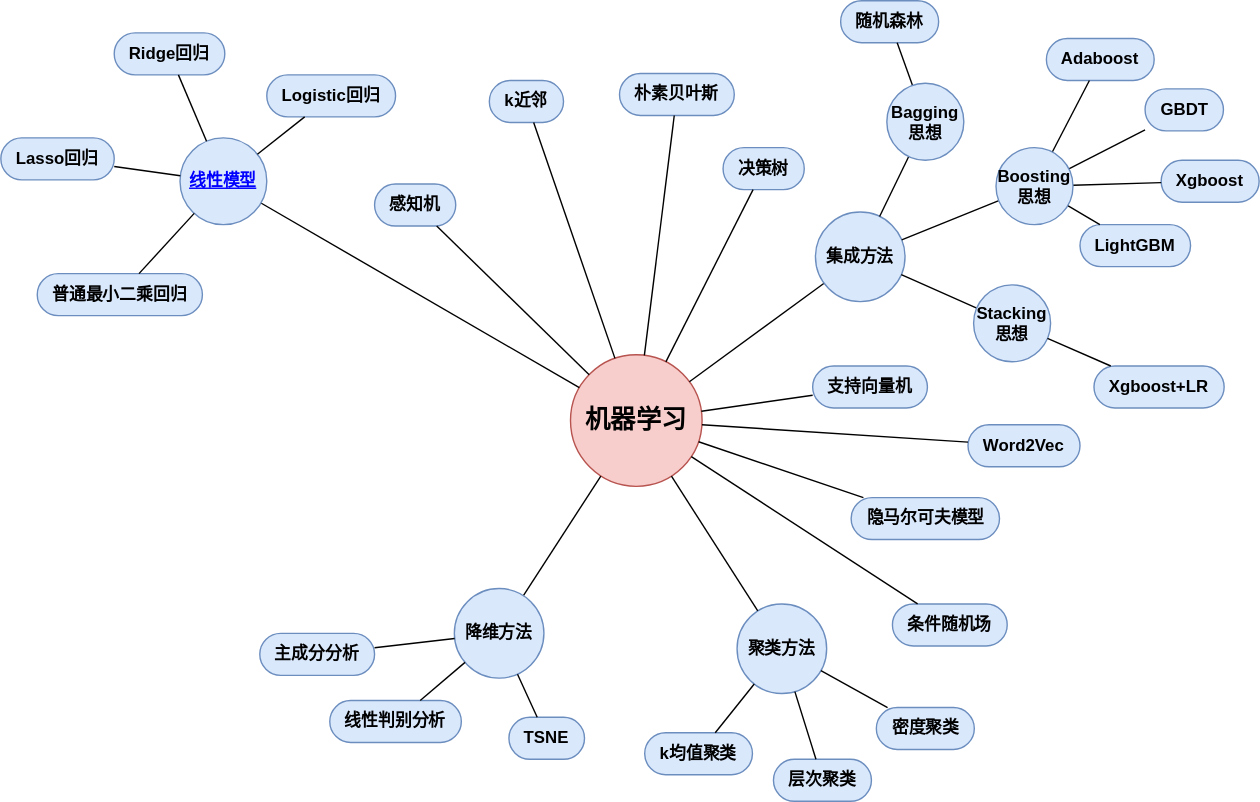
This is imgs/machine_learning.drawio.svg from itmorn/AI.handbook, a draw.io export, as it was before one commit. Source tidied: cells renumbered, new cells last; positions are measured from the earlier drawing's top-left corner, leaving out a move shared by most shapes.
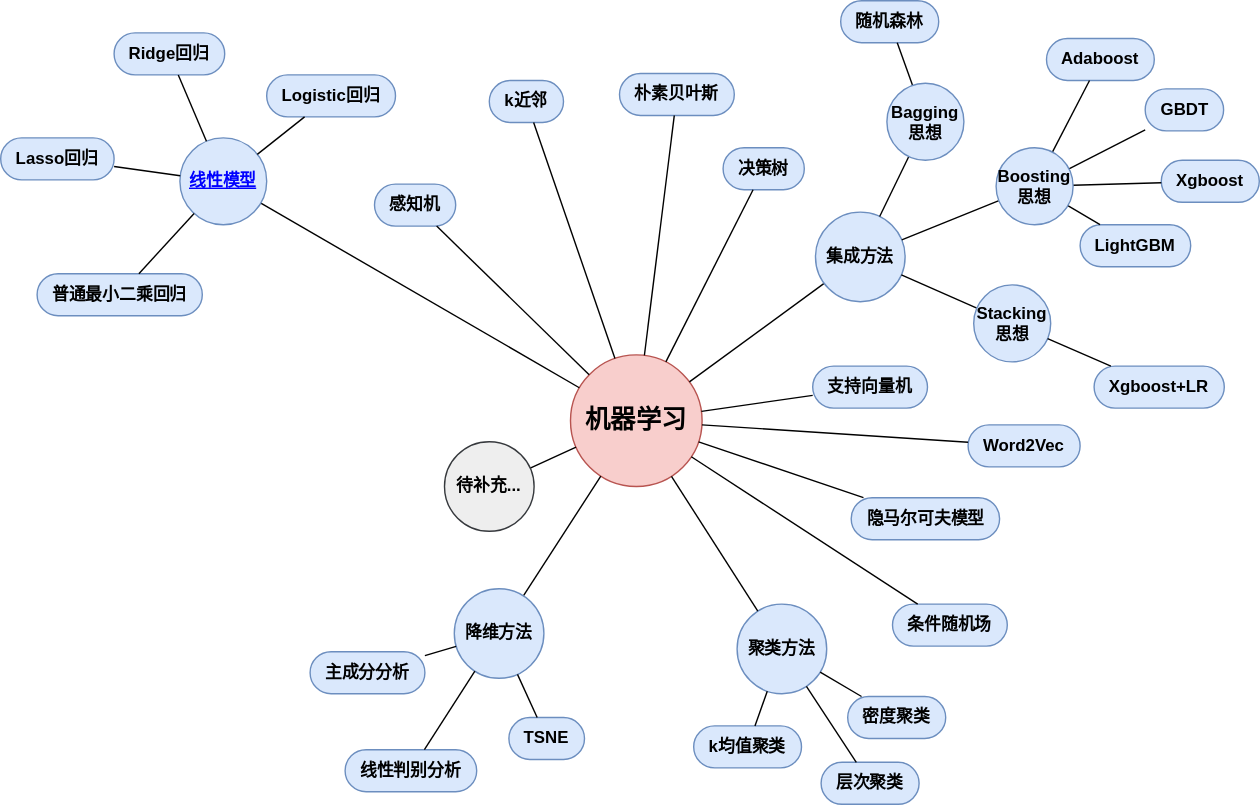
Later version of the same file.

Change to the diagram source:
```diff
@@ -57,19 +57,19 @@
       <mxGeometry x="781" y="261" width="93" height="30" as="geometry" />
     </mxCell>
     <mxCell id="20" value="k均值聚类" style="whiteSpace=wrap;html=1;rounded=1;arcSize=50;align=center;verticalAlign=middle;strokeWidth=1;spacing=4;newEdgeStyle={&quot;edgeStyle&quot;:&quot;entityRelationEdgeStyle&quot;,&quot;startArrow&quot;:&quot;none&quot;,&quot;endArrow&quot;:&quot;none&quot;,&quot;segment&quot;:10,&quot;curved&quot;:1,&quot;sourcePerimeterSpacing&quot;:0,&quot;targetPerimeterSpacing&quot;:0};fillColor=#dae8fc;strokeColor=#6c8ebf;fontStyle=1;" parent="1" vertex="1">
-      <mxGeometry x="460" y="523" width="77" height="30" as="geometry" />
+      <mxGeometry x="495" y="518" width="77" height="30" as="geometry" />
     </mxCell>
     <mxCell id="21" value="层次聚类" style="whiteSpace=wrap;html=1;rounded=1;arcSize=50;align=center;verticalAlign=middle;strokeWidth=1;spacing=4;newEdgeStyle={&quot;edgeStyle&quot;:&quot;entityRelationEdgeStyle&quot;,&quot;startArrow&quot;:&quot;none&quot;,&quot;endArrow&quot;:&quot;none&quot;,&quot;segment&quot;:10,&quot;curved&quot;:1,&quot;sourcePerimeterSpacing&quot;:0,&quot;targetPerimeterSpacing&quot;:0};fillColor=#dae8fc;strokeColor=#6c8ebf;fontStyle=1;" parent="1" vertex="1">
-      <mxGeometry x="552" y="542" width="70" height="30" as="geometry" />
+      <mxGeometry x="586" y="544" width="70" height="30" as="geometry" />
     </mxCell>
     <mxCell id="22" value="密度聚类" style="whiteSpace=wrap;html=1;rounded=1;arcSize=50;align=center;verticalAlign=middle;strokeWidth=1;spacing=4;newEdgeStyle={&quot;edgeStyle&quot;:&quot;entityRelationEdgeStyle&quot;,&quot;startArrow&quot;:&quot;none&quot;,&quot;endArrow&quot;:&quot;none&quot;,&quot;segment&quot;:10,&quot;curved&quot;:1,&quot;sourcePerimeterSpacing&quot;:0,&quot;targetPerimeterSpacing&quot;:0};fillColor=#dae8fc;strokeColor=#6c8ebf;fontStyle=1;" parent="1" vertex="1">
-      <mxGeometry x="625.5" y="505" width="70" height="30" as="geometry" />
+      <mxGeometry x="605" y="497" width="70" height="30" as="geometry" />
     </mxCell>
     <mxCell id="23" value="主成分分析" style="whiteSpace=wrap;html=1;rounded=1;arcSize=50;align=center;verticalAlign=middle;strokeWidth=1;spacing=4;newEdgeStyle={&quot;edgeStyle&quot;:&quot;entityRelationEdgeStyle&quot;,&quot;startArrow&quot;:&quot;none&quot;,&quot;endArrow&quot;:&quot;none&quot;,&quot;segment&quot;:10,&quot;curved&quot;:1,&quot;sourcePerimeterSpacing&quot;:0,&quot;targetPerimeterSpacing&quot;:0};fillColor=#dae8fc;strokeColor=#6c8ebf;fontStyle=1;" parent="1" vertex="1">
-      <mxGeometry x="185" y="452" width="82" height="30" as="geometry" />
+      <mxGeometry x="221" y="465" width="82" height="30" as="geometry" />
     </mxCell>
     <mxCell id="24" value="线性判别分析" style="whiteSpace=wrap;html=1;rounded=1;arcSize=50;align=center;verticalAlign=middle;strokeWidth=1;spacing=4;newEdgeStyle={&quot;edgeStyle&quot;:&quot;entityRelationEdgeStyle&quot;,&quot;startArrow&quot;:&quot;none&quot;,&quot;endArrow&quot;:&quot;none&quot;,&quot;segment&quot;:10,&quot;curved&quot;:1,&quot;sourcePerimeterSpacing&quot;:0,&quot;targetPerimeterSpacing&quot;:0};fillColor=#dae8fc;strokeColor=#6c8ebf;fontStyle=1;" parent="1" vertex="1">
-      <mxGeometry x="235" y="500" width="94" height="30" as="geometry" />
+      <mxGeometry x="246" y="535" width="94" height="30" as="geometry" />
     </mxCell>
     <mxCell id="25" value="TSNE" style="whiteSpace=wrap;html=1;rounded=1;arcSize=50;align=center;verticalAlign=middle;strokeWidth=1;spacing=4;newEdgeStyle={&quot;edgeStyle&quot;:&quot;entityRelationEdgeStyle&quot;,&quot;startArrow&quot;:&quot;none&quot;,&quot;endArrow&quot;:&quot;none&quot;,&quot;segment&quot;:10,&quot;curved&quot;:1,&quot;sourcePerimeterSpacing&quot;:0,&quot;targetPerimeterSpacing&quot;:0};fillColor=#dae8fc;strokeColor=#6c8ebf;fontStyle=1;" parent="1" vertex="1">
       <mxGeometry x="363" y="512" width="54" height="30" as="geometry" />
@@ -191,5 +191,11 @@
     <mxCell id="64" style="endArrow=none;html=1;rounded=0;" parent="1" edge="1" source="19" target="63">
       <mxGeometry relative="1" as="geometry" />
     </mxCell>
+    <mxCell id="65" style="endArrow=none;html=1;rounded=0;" parent="1" edge="1" source="2" target="66">
+      <mxGeometry relative="1" as="geometry" />
+    </mxCell>
+    <mxCell id="66" value="待补充..." style="ellipse;whiteSpace=wrap;html=1;fontStyle=1;fillColor=#eeeeee;strokeColor=#36393d;" parent="1" vertex="1">
+      <mxGeometry x="317" y="315" width="64" height="64" as="geometry" />
+    </mxCell>
   </root>
 </mxGraphModel>
```
